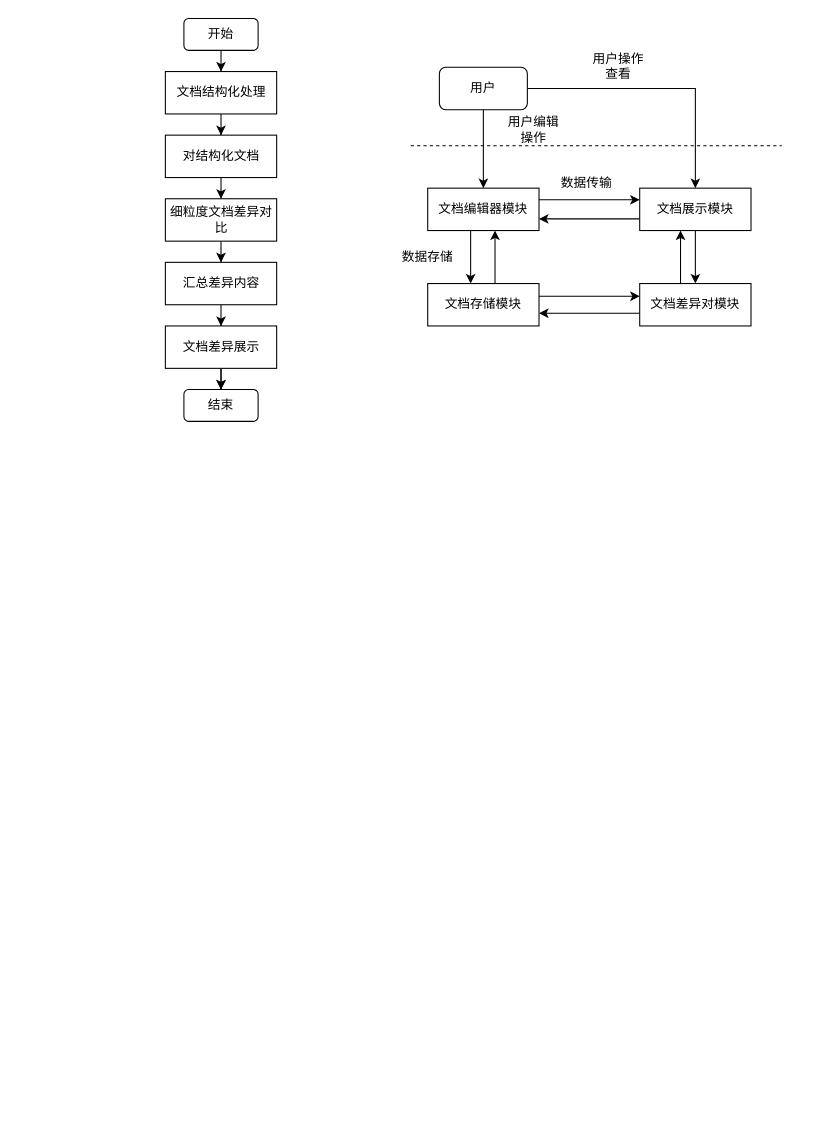
DemonHan/KuickBuy keeps this draw.io diagram as 专利/文档对比专利.drawio. Above is the earlier version. Source tidied: cells renumbered, new cells numbered last; positions are measured from the earlier drawing's top-left corner, leaving out a move shared by most shapes. Both pictures are drawn from the tidied source at 106%, with x=0, y=0 at pixel (164, 18).
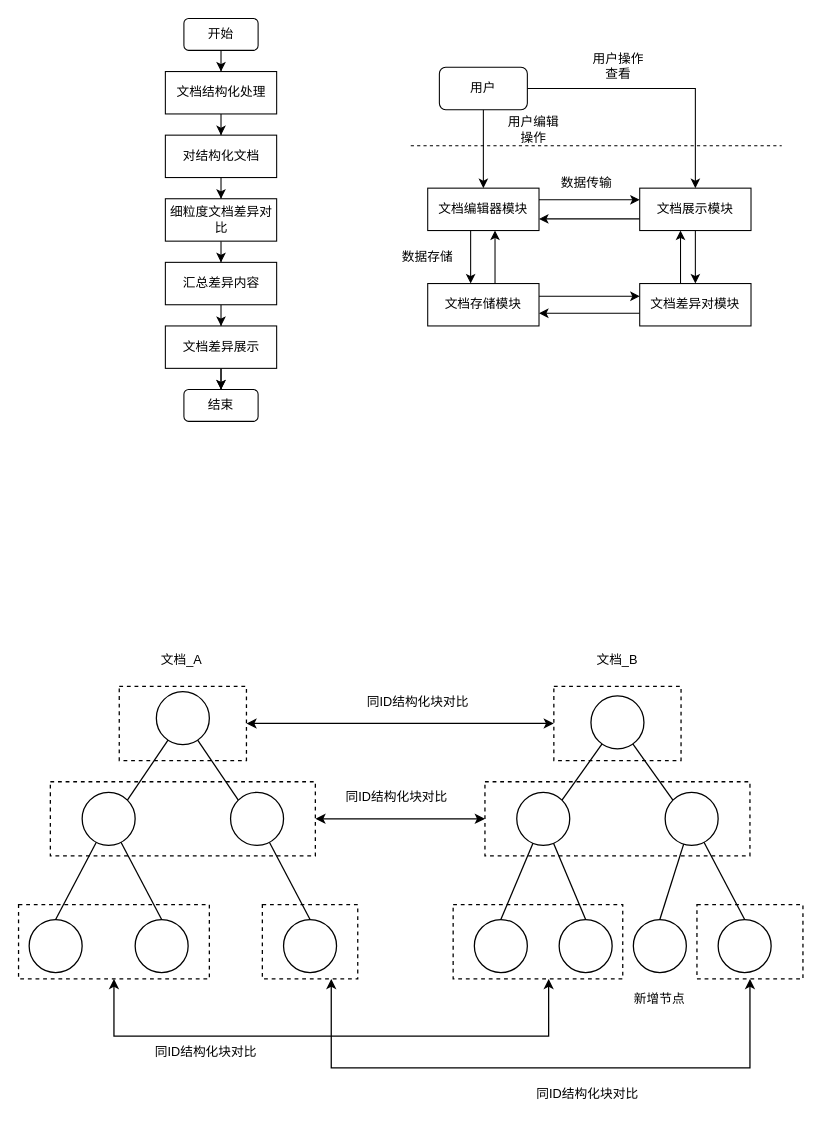
Above is the later version.

Commit message (it also covers changes not shown here):
更新文档对比专利.drawio

The edit, as a diff of the source:
```diff
@@
+    <mxCell id="36" style="edgeStyle=orthogonalEdgeStyle;rounded=0;jettySize=auto;html=1;entryX=0.5;entryY=1;entryDx=0;entryDy=0;startArrow=classic;startFill=1;strokeWidth=1.2;" parent="1" edge="1" source="37" target="39">
+      <mxGeometry relative="1" as="geometry">
+        <Array as="points">
+          <mxPoint x="157" y="990" />
+          <mxPoint x="552" y="990" />
+        </Array>
+      </mxGeometry>
+    </mxCell>
+    <mxCell id="37" style="rounded=0;whiteSpace=wrap;html=1;dashed=1;strokeWidth=1.2;" parent="1" vertex="1">
+      <mxGeometry x="92" y="836" width="90" height="70" as="geometry" />
+    </mxCell>
+    <mxCell id="38" style="rounded=0;whiteSpace=wrap;html=1;dashed=1;strokeWidth=1.2;" parent="1" vertex="1">
+      <mxGeometry x="272" y="836" width="160" height="70" as="geometry" />
+    </mxCell>
+    <mxCell id="39" style="rounded=0;whiteSpace=wrap;html=1;dashed=1;strokeWidth=1.2;" parent="1" vertex="1">
+      <mxGeometry x="502" y="836" width="100" height="70" as="geometry" />
+    </mxCell>
+    <mxCell id="40" style="rounded=0;whiteSpace=wrap;html=1;dashed=1;strokeWidth=1.2;" parent="1" vertex="1">
+      <mxGeometry x="-138" y="836" width="180" height="70" as="geometry" />
+    </mxCell>
+    <mxCell id="41" style="rounded=0;whiteSpace=wrap;html=1;dashed=1;strokeWidth=1.2;" parent="1" vertex="1">
+      <mxGeometry x="302" y="720" width="250" height="70" as="geometry" />
+    </mxCell>
+    <mxCell id="42" style="edgeStyle=orthogonalEdgeStyle;rounded=0;jettySize=auto;html=1;entryX=0;entryY=0.5;entryDx=0;entryDy=0;startArrow=classic;startFill=1;strokeWidth=1.2;" parent="1" edge="1" source="43" target="41">
+      <mxGeometry relative="1" as="geometry" />
+    </mxCell>
+    <mxCell id="43" style="rounded=0;whiteSpace=wrap;html=1;dashed=1;strokeWidth=1.2;" parent="1" vertex="1">
+      <mxGeometry x="-108" y="720" width="250" height="70" as="geometry" />
+    </mxCell>
+    <mxCell id="44" style="rounded=0;whiteSpace=wrap;html=1;dashed=1;strokeWidth=1.2;" parent="1" vertex="1">
+      <mxGeometry x="367" y="630" width="120" height="70" as="geometry" />
+    </mxCell>
+    <mxCell id="45" style="edgeStyle=orthogonalEdgeStyle;rounded=0;jettySize=auto;html=1;entryX=0;entryY=0.5;entryDx=0;entryDy=0;startArrow=classic;startFill=1;strokeWidth=1.2;" parent="1" edge="1" source="46" target="44">
+      <mxGeometry relative="1" as="geometry" />
+    </mxCell>
+    <mxCell id="46" style="rounded=0;whiteSpace=wrap;html=1;dashed=1;strokeWidth=1.2;" parent="1" vertex="1">
+      <mxGeometry x="-43" y="630" width="120" height="70" as="geometry" />
+    </mxCell>
+    <mxCell id="47" style="rounded=0;jettySize=auto;html=1;entryX=1;entryY=0;entryDx=0;entryDy=0;endArrow=none;endFill=0;strokeWidth=1.2;" parent="1" edge="1" source="49" target="52">
+      <mxGeometry relative="1" as="geometry" />
+    </mxCell>
+    <mxCell id="48" style="rounded=0;jettySize=auto;html=1;entryX=0;entryY=0;entryDx=0;entryDy=0;endArrow=none;endFill=0;strokeWidth=1.2;" parent="1" edge="1" source="49" target="54">
+      <mxGeometry relative="1" as="geometry" />
+    </mxCell>
+    <mxCell id="49" style="ellipse;whiteSpace=wrap;html=1;strokeWidth=1.2;" parent="1" vertex="1">
+      <mxGeometry x="-8" y="635" width="50" height="50" as="geometry" />
+    </mxCell>
+    <mxCell id="50" style="rounded=0;jettySize=auto;html=1;entryX=0.5;entryY=0;entryDx=0;entryDy=0;endArrow=none;endFill=0;strokeWidth=1.2;" parent="1" edge="1" source="52" target="55">
+      <mxGeometry relative="1" as="geometry" />
+    </mxCell>
+    <mxCell id="51" style="rounded=0;jettySize=auto;html=1;entryX=0.5;entryY=0;entryDx=0;entryDy=0;endArrow=none;endFill=0;strokeWidth=1.2;" parent="1" edge="1" source="52" target="56">
+      <mxGeometry relative="1" as="geometry" />
+    </mxCell>
+    <mxCell id="52" style="ellipse;whiteSpace=wrap;html=1;strokeWidth=1.2;" parent="1" vertex="1">
+      <mxGeometry x="-78" y="730" width="50" height="50" as="geometry" />
+    </mxCell>
+    <mxCell id="53" style="rounded=0;jettySize=auto;html=1;entryX=0.5;entryY=0;entryDx=0;entryDy=0;endArrow=none;endFill=0;strokeWidth=1.2;" parent="1" edge="1" source="54" target="57">
+      <mxGeometry relative="1" as="geometry" />
+    </mxCell>
+    <mxCell id="54" style="ellipse;whiteSpace=wrap;html=1;strokeWidth=1.2;" parent="1" vertex="1">
+      <mxGeometry x="62" y="730" width="50" height="50" as="geometry" />
+    </mxCell>
+    <mxCell id="55" style="ellipse;whiteSpace=wrap;html=1;strokeWidth=1.2;" parent="1" vertex="1">
+      <mxGeometry x="-128" y="850" width="50" height="50" as="geometry" />
+    </mxCell>
+    <mxCell id="56" style="ellipse;whiteSpace=wrap;html=1;strokeWidth=1.2;" parent="1" vertex="1">
+      <mxGeometry x="-28" y="850" width="50" height="50" as="geometry" />
+    </mxCell>
+    <mxCell id="57" style="ellipse;whiteSpace=wrap;html=1;strokeWidth=1.2;" parent="1" vertex="1">
+      <mxGeometry x="112" y="850" width="50" height="50" as="geometry" />
+    </mxCell>
+    <mxCell id="58" style="rounded=0;jettySize=auto;html=1;entryX=1;entryY=0;entryDx=0;entryDy=0;endArrow=none;endFill=0;strokeWidth=1.2;" parent="1" edge="1" source="60" target="63">
+      <mxGeometry relative="1" as="geometry" />
+    </mxCell>
+    <mxCell id="59" style="rounded=0;jettySize=auto;html=1;entryX=0;entryY=0;entryDx=0;entryDy=0;endArrow=none;endFill=0;strokeWidth=1.2;" parent="1" edge="1" source="60" target="66">
+      <mxGeometry relative="1" as="geometry" />
+    </mxCell>
+    <mxCell id="60" style="ellipse;whiteSpace=wrap;html=1;strokeWidth=1.2;" parent="1" vertex="1">
+      <mxGeometry x="402" y="639" width="50" height="50" as="geometry" />
+    </mxCell>
+    <mxCell id="61" style="rounded=0;jettySize=auto;html=1;entryX=0.5;entryY=0;entryDx=0;entryDy=0;endArrow=none;endFill=0;strokeWidth=1.2;" parent="1" edge="1" source="63" target="67">
+      <mxGeometry relative="1" as="geometry" />
+    </mxCell>
+    <mxCell id="62" style="rounded=0;jettySize=auto;html=1;entryX=0.5;entryY=0;entryDx=0;entryDy=0;endArrow=none;endFill=0;strokeWidth=1.2;" parent="1" edge="1" source="63" target="68">
+      <mxGeometry relative="1" as="geometry" />
+    </mxCell>
+    <mxCell id="63" style="ellipse;whiteSpace=wrap;html=1;strokeWidth=1.2;" parent="1" vertex="1">
+      <mxGeometry x="332" y="730" width="50" height="50" as="geometry" />
+    </mxCell>
+    <mxCell id="64" style="rounded=0;jettySize=auto;html=1;entryX=0.5;entryY=0;entryDx=0;entryDy=0;endArrow=none;endFill=0;strokeWidth=1.2;" parent="1" edge="1" source="66" target="69">
+      <mxGeometry relative="1" as="geometry" />
+    </mxCell>
+    <mxCell id="65" style="rounded=0;jettySize=auto;html=1;entryX=0.5;entryY=0;entryDx=0;entryDy=0;endArrow=none;endFill=0;strokeWidth=1.2;" parent="1" edge="1" source="66" target="70">
+      <mxGeometry relative="1" as="geometry" />
+    </mxCell>
+    <mxCell id="66" style="ellipse;whiteSpace=wrap;html=1;strokeWidth=1.2;" parent="1" vertex="1">
+      <mxGeometry x="472" y="730" width="50" height="50" as="geometry" />
+    </mxCell>
+    <mxCell id="67" style="ellipse;whiteSpace=wrap;html=1;strokeWidth=1.2;" parent="1" vertex="1">
+      <mxGeometry x="292" y="850" width="50" height="50" as="geometry" />
+    </mxCell>
+    <mxCell id="68" style="ellipse;whiteSpace=wrap;html=1;strokeWidth=1.2;" parent="1" vertex="1">
+      <mxGeometry x="372" y="850" width="50" height="50" as="geometry" />
+    </mxCell>
+    <mxCell id="69" style="ellipse;whiteSpace=wrap;html=1;strokeWidth=1.2;" parent="1" vertex="1">
+      <mxGeometry x="522" y="850" width="50" height="50" as="geometry" />
+    </mxCell>
+    <mxCell id="70" style="ellipse;whiteSpace=wrap;html=1;strokeWidth=1.2;" parent="1" vertex="1">
+      <mxGeometry x="442" y="850" width="50" height="50" as="geometry" />
+    </mxCell>
+    <mxCell id="71" style="edgeStyle=orthogonalEdgeStyle;rounded=0;jettySize=auto;html=1;entryX=0.563;entryY=1;entryDx=0;entryDy=0;entryPerimeter=0;exitX=0.5;exitY=1;exitDx=0;exitDy=0;startArrow=classic;startFill=1;strokeWidth=1.2;" parent="1" edge="1" source="40" target="38">
+      <mxGeometry relative="1" as="geometry">
+        <Array as="points">
+          <mxPoint x="-48" y="960" />
+          <mxPoint x="362" y="960" />
+        </Array>
+      </mxGeometry>
+    </mxCell>
+    <mxCell id="72" value="文档_A" style="text;html=1;align=center;verticalAlign=middle;whiteSpace=wrap;rounded=0;strokeWidth=1.2;" parent="1" vertex="1">
+      <mxGeometry x="-14" y="590" width="60" height="30" as="geometry" />
+    </mxCell>
+    <mxCell id="73" value="文档_B" style="text;html=1;align=center;verticalAlign=middle;whiteSpace=wrap;rounded=0;strokeWidth=1.2;" parent="1" vertex="1">
+      <mxGeometry x="397" y="590" width="60" height="30" as="geometry" />
+    </mxCell>
+    <mxCell id="74" value="同ID结构化块对比" style="text;html=1;align=center;verticalAlign=middle;whiteSpace=wrap;rounded=0;strokeWidth=1.2;" parent="1" vertex="1">
+      <mxGeometry x="186" y="630" width="106" height="30" as="geometry" />
+    </mxCell>
+    <mxCell id="75" value="同ID结构化块对比" style="text;html=1;align=center;verticalAlign=middle;whiteSpace=wrap;rounded=0;strokeWidth=1.2;" parent="1" vertex="1">
+      <mxGeometry x="166" y="720" width="106" height="30" as="geometry" />
+    </mxCell>
+    <mxCell id="76" value="同ID结构化块对比" style="text;html=1;align=center;verticalAlign=middle;whiteSpace=wrap;rounded=0;strokeWidth=1.2;" parent="1" vertex="1">
+      <mxGeometry x="-14" y="960" width="106" height="30" as="geometry" />
+    </mxCell>
+    <mxCell id="77" value="同ID结构化块对比" style="text;html=1;align=center;verticalAlign=middle;whiteSpace=wrap;rounded=0;strokeWidth=1.2;" parent="1" vertex="1">
+      <mxGeometry x="346" y="1000" width="106" height="30" as="geometry" />
+    </mxCell>
+    <mxCell id="78" value="新增节点" style="text;html=1;align=center;verticalAlign=middle;whiteSpace=wrap;rounded=0;strokeWidth=1.2;" parent="1" vertex="1">
+      <mxGeometry x="437" y="910" width="60" height="30" as="geometry" />
+    </mxCell>
```
